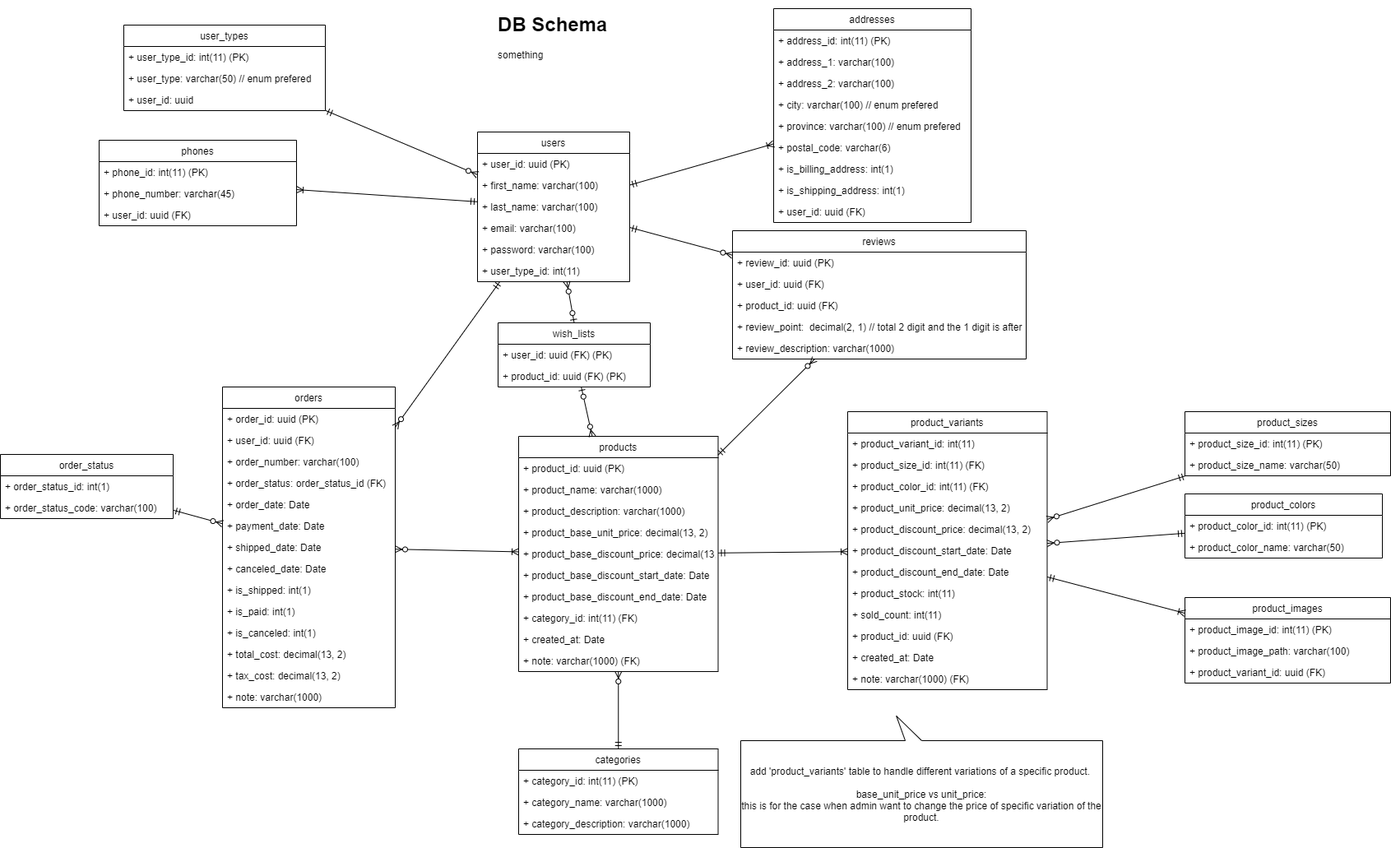
Above: db-design.png in stsiwo/e-commerce-starter-kits (draw.io), before the change. Source tidied: cells renumbered, new cells last; positions are measured from the earlier drawing's top-left corner, leaving out a move shared by most shapes.
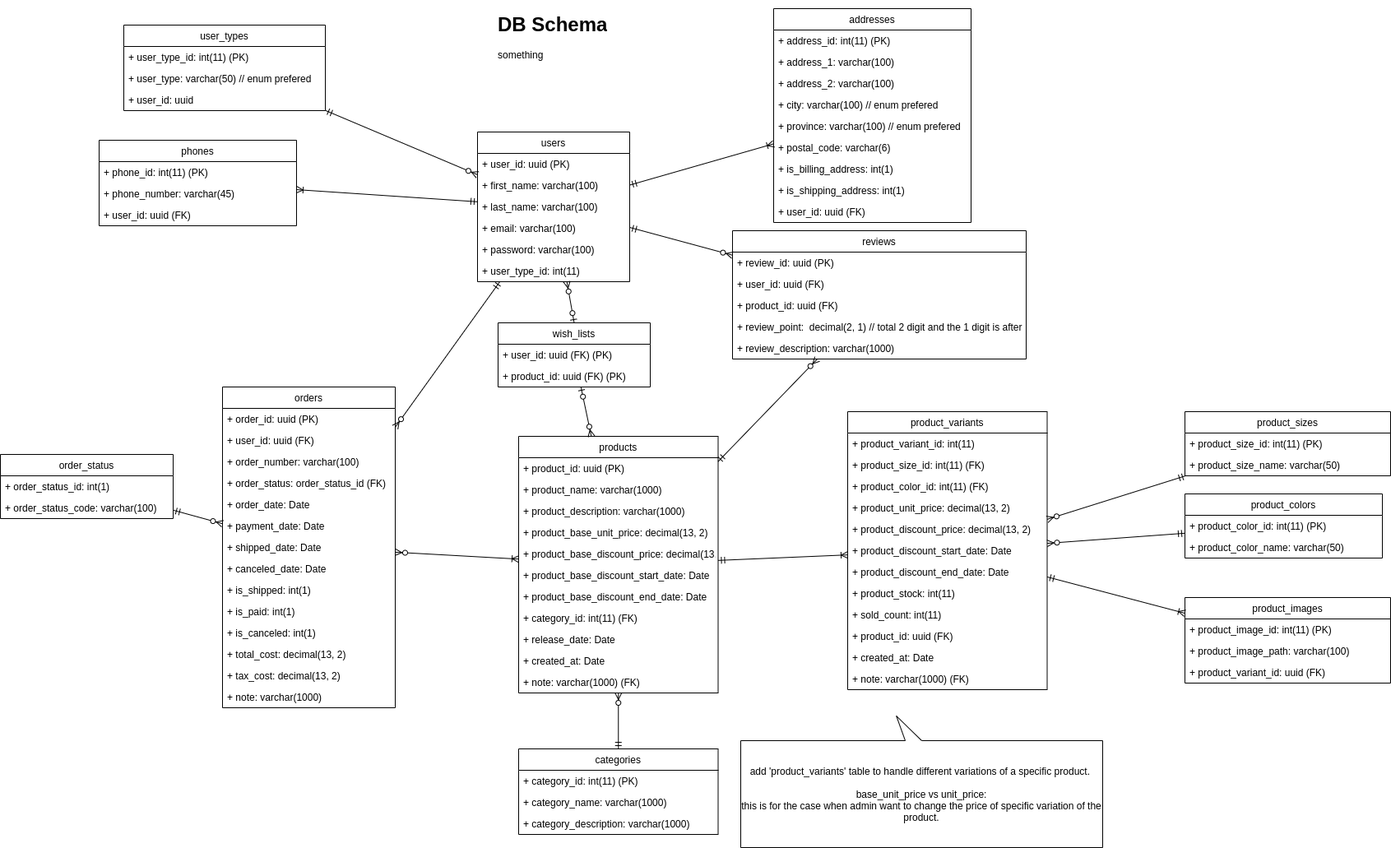
Later version of the same file.

What changed in the source:
```diff
@@ -111,7 +111,7 @@
       <mxGeometry relative="1" as="geometry" />
     </mxCell>
     <mxCell id="38" value="products" style="swimlane;fontStyle=0;horizontal=1;startSize=26;fillColor=none;" parent="1" vertex="1">
-      <mxGeometry x="630" y="520" width="242.5" height="286" as="geometry" />
+      <mxGeometry x="630" y="520" width="242.5" height="312" as="geometry" />
     </mxCell>
     <mxCell id="39" value="+ product_id: uuid (PK)" style="text;strokeColor=none;fillColor=none;align=left;verticalAlign=top;spacingLeft=4;spacingRight=4;overflow=hidden;" parent="38" vertex="1">
       <mxGeometry y="26" width="242.5" height="26" as="geometry" />
@@ -137,11 +137,14 @@
     <mxCell id="46" value="+ category_id: int(11) (FK)" style="text;strokeColor=none;fillColor=none;align=left;verticalAlign=top;spacingLeft=4;spacingRight=4;overflow=hidden;" parent="38" vertex="1">
       <mxGeometry y="208" width="242.5" height="26" as="geometry" />
     </mxCell>
+    <mxCell id="109" value="+ release_date: Date" style="text;strokeColor=none;fillColor=none;align=left;verticalAlign=top;spacingLeft=4;spacingRight=4;overflow=hidden;" parent="38" vertex="1">
+      <mxGeometry y="234" width="242.5" height="26" as="geometry" />
+    </mxCell>
     <mxCell id="47" value="+ created_at: Date" style="text;strokeColor=none;fillColor=none;align=left;verticalAlign=top;spacingLeft=4;spacingRight=4;overflow=hidden;" parent="38" vertex="1">
-      <mxGeometry y="234" width="242.5" height="26" as="geometry" />
+      <mxGeometry y="260" width="242.5" height="26" as="geometry" />
     </mxCell>
     <mxCell id="48" value="+ note: varchar(1000) (FK)" style="text;strokeColor=none;fillColor=none;align=left;verticalAlign=top;spacingLeft=4;spacingRight=4;overflow=hidden;" parent="38" vertex="1">
-      <mxGeometry y="260" width="242.5" height="26" as="geometry" />
+      <mxGeometry y="286" width="242.5" height="26" as="geometry" />
     </mxCell>
     <mxCell id="49" style="edgeStyle=none;rounded=0;jettySize=auto;html=1;startArrow=ERzeroToMany;startFill=1;endArrow=ERoneToMany;endFill=0;" parent="1" edge="1" source="50" target="38">
       <mxGeometry relative="1" as="geometry" />
```
